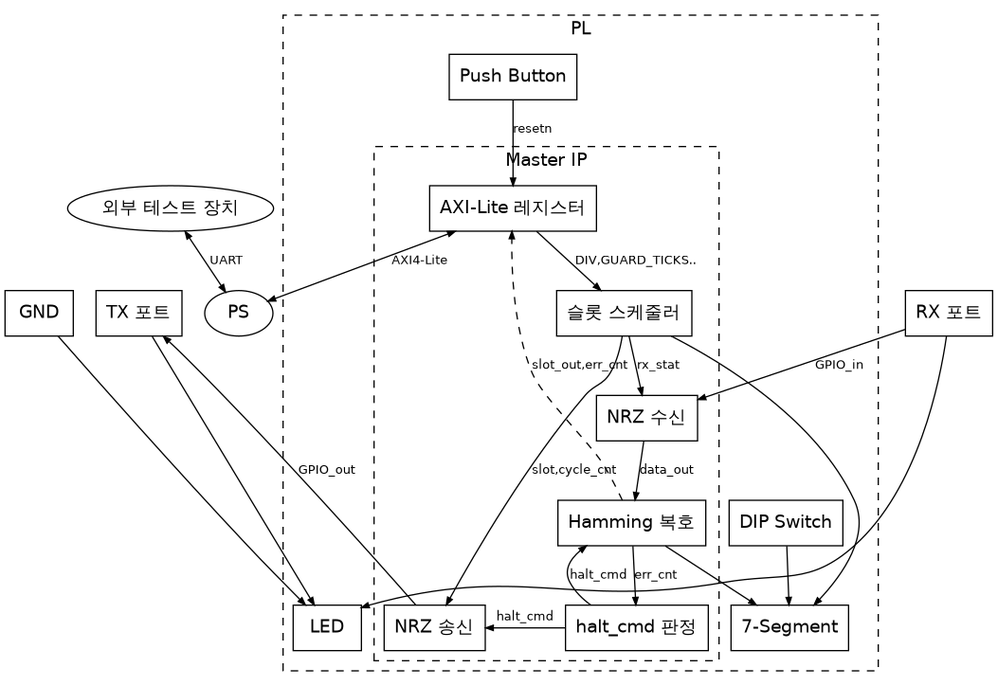
The Graphviz diagram diagrams/full_stack.png in Woodong02/SoC_Design_and_Programming, before a commit. Its source is kept beside it as diagrams/full_stack.dot.
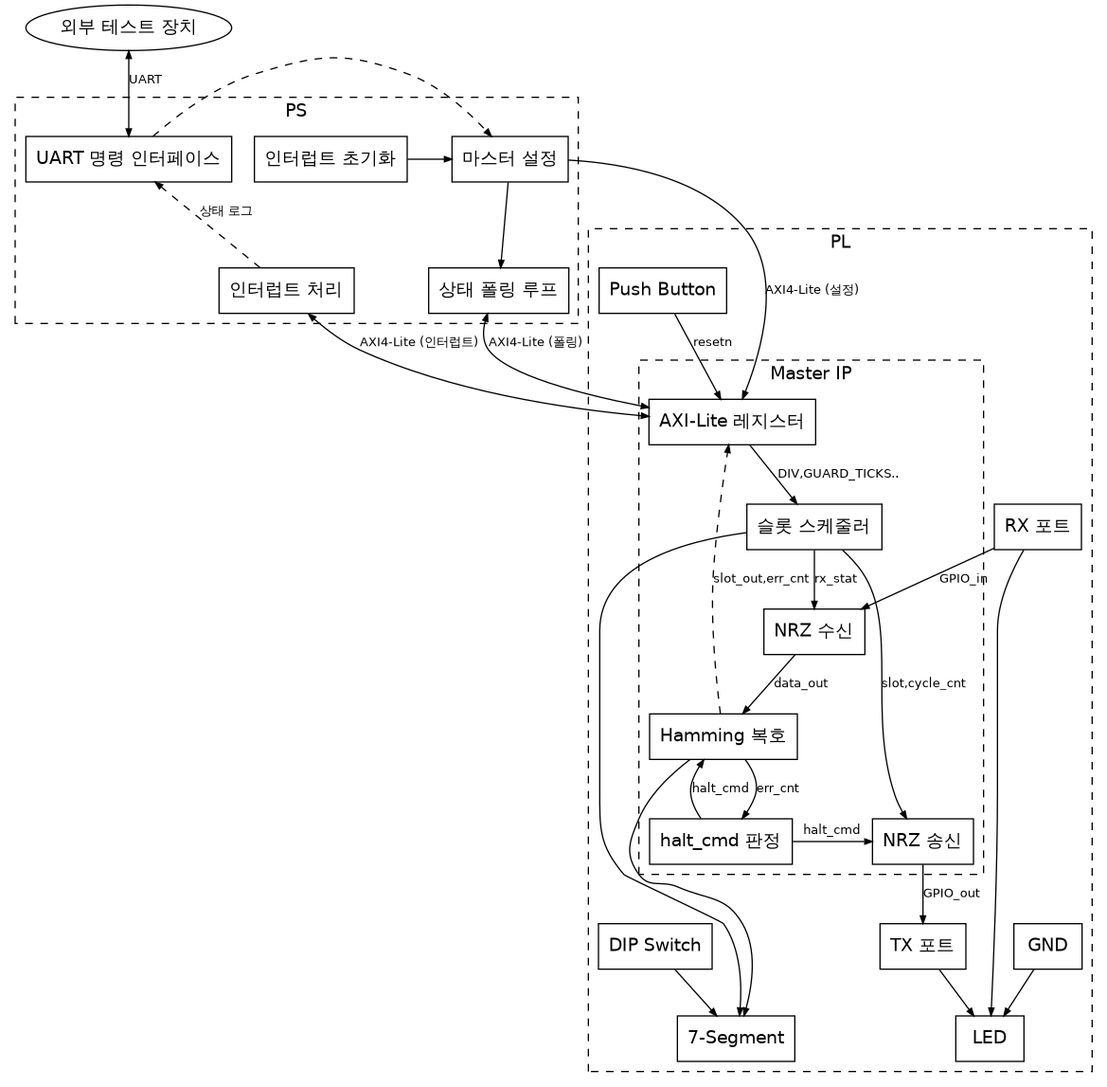
Above is the later version.

Commit message:
Add PS-internal dashed block with main.c functional breakdown

PS 내부를 점선 블록으로 표시하고 main.c 분석(에이전트 조사) 기반
5개 기능 블록을 추가: 인터럽트 초기화, 마스터 설정, UART 명령
인터페이스, 인터럽트 처리, 상태 폴링 루프. 디스플레이 관련 경로는
지원 중단되어 제외.

Change to the diagram source:
```diff
@@ -5,12 +5,30 @@
     edge [fontname="Noto Sans CJK KR", fontsize=10, color=black, arrowsize=0.6];
 
     EXT [label="외부 테스트 장치", shape=ellipse];
-    PS  [label="PS", shape=ellipse];
     GND [label="GND"];
     TXP [label="TX 포트"];
     RXP [label="RX 포트"];
 
-    { rank=same; PS; GND; TXP; RXP; }
+    subgraph cluster_ps {
+        label="PS";
+        style=dashed;
+        fontname="Noto Sans CJK KR";
+
+        INIT [label="인터럽트 초기화"];
+        CFG  [label="마스터 설정"];
+        UARTCMD [label="UART 명령 인터페이스"];
+        ISR  [label="인터럽트 처리"];
+        POLL [label="상태 폴링 루프"];
+
+        { rank=same; INIT; CFG; UARTCMD; }
+        { rank=same; ISR; POLL; }
+
+        INIT -> CFG;
+        CFG  -> POLL;
+        UARTCMD -> CFG [style=dashed];
+        ISR  -> UARTCMD [style=dashed, label="상태 로그"];
+    }
+
 
     subgraph cluster_pl {
         label="PL";
@@ -63,6 +81,8 @@
         PB   -> AXI [label="resetn"];
     }
 
-    EXT -> PS [label="UART", dir=both];
-    PS  -> AXI [label="AXI4-Lite", dir=both];
+    EXT -> UARTCMD [label="UART", dir=both];
+    CFG  -> AXI [label="AXI4-Lite (설정)"];
+    POLL -> AXI [label="AXI4-Lite (폴링)", dir=both];
+    ISR  -> AXI [label="AXI4-Lite (인터럽트)", dir=both];
 }
```
